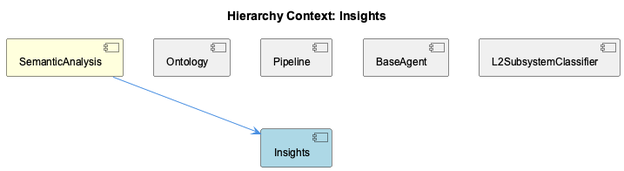
Above: knowledge-management/insights/images/insights-relationship.png in fwornle/coding (PlantUML), before the change.
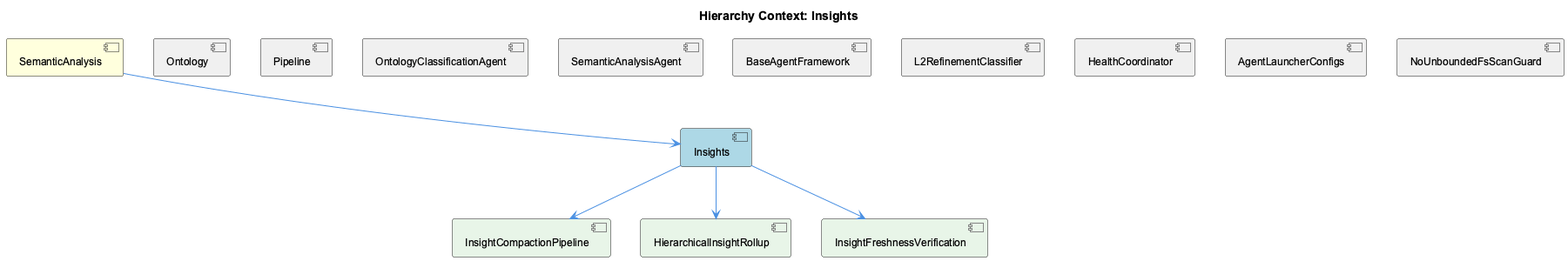
Above is the later version.

Change to the diagram source:
```diff
@@ -7,13 +7,29 @@
 [Insights] as insights #LightBlue
 [Ontology] as ontology #F0F0F0
 [Pipeline] as pipeline #F0F0F0
-[BaseAgent] as base_agent #F0F0F0
-[L2SubsystemClassifier] as l2_subsystem_classifier #F0F0F0
+[OntologyClassificationAgent] as ontology_classification_agent #F0F0F0
+[SemanticAnalysisAgent] as semantic_analysis_agent #F0F0F0
+[BaseAgentFramework] as base_agent_framework #F0F0F0
+[L2RefinementClassifier] as l2_refinement_classifier #F0F0F0
+[HealthCoordinator] as health_coordinator #F0F0F0
+[AgentLauncherConfigs] as agent_launcher_configs #F0F0F0
+[NoUnboundedFsScanGuard] as no_unbounded_fs_scan_guard #F0F0F0
+[InsightCompactionPipeline] as insight_compaction_pipeline #E8F5E8
+[HierarchicalInsightRollup] as hierarchical_insight_rollup #E8F5E8
+[InsightFreshnessVerification] as insight_freshness_verification #E8F5E8
 
 semantic_analysis --> insights
 ontology -[hidden]- insights
 pipeline -[hidden]- insights
-base_agent -[hidden]- insights
-l2_subsystem_classifier -[hidden]- insights
+ontology_classification_agent -[hidden]- insights
+semantic_analysis_agent -[hidden]- insights
+base_agent_framework -[hidden]- insights
+l2_refinement_classifier -[hidden]- insights
+health_coordinator -[hidden]- insights
+agent_launcher_configs -[hidden]- insights
+no_unbounded_fs_scan_guard -[hidden]- insights
+insights --> insight_compaction_pipeline
+insights --> hierarchical_insight_rollup
+insights --> insight_freshness_verification
 
 @enduml
```
